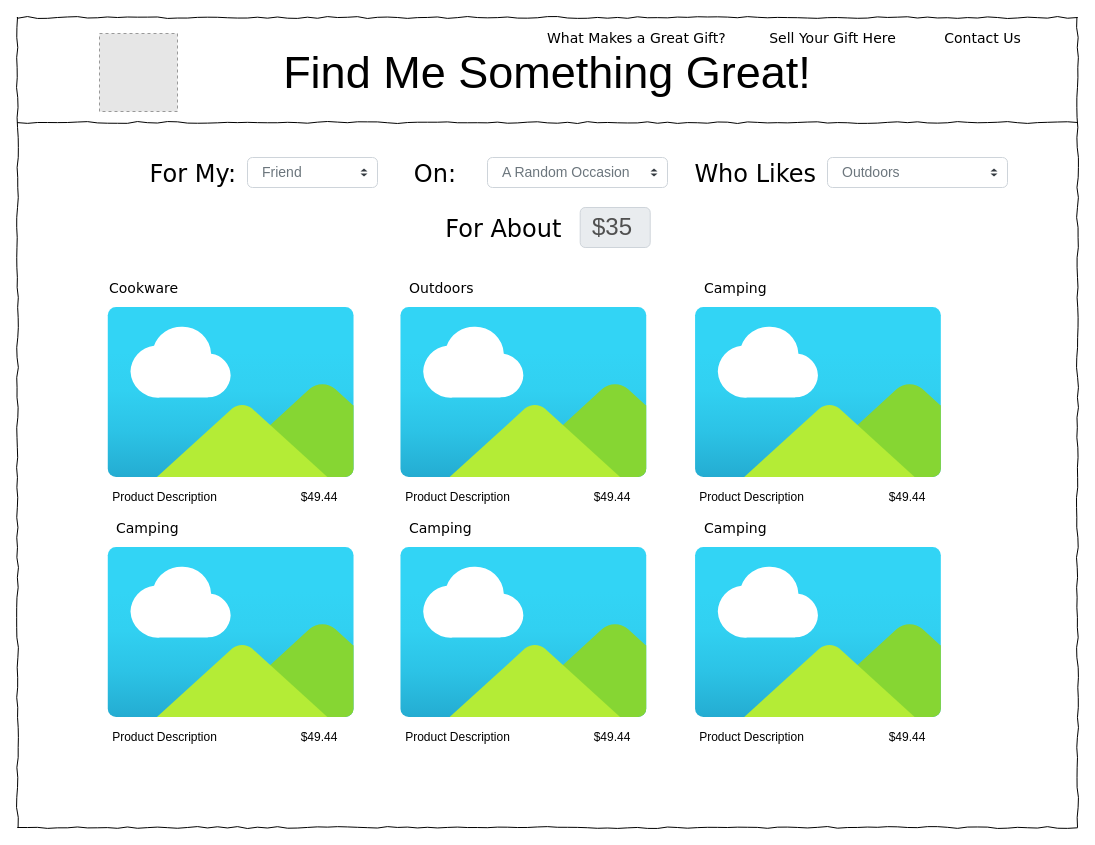
The draw.io diagram Untitled Diagram.drawio in jamesdvance/video_code, before the edit. Source tidied: cells renumbered, new cells numbered last; positions are measured from the earlier drawing's top-left corner, leaving out a move shared by most shapes. Both pictures are drawn from the tidied source at 100%, with x=0, y=0 at pixel (17, 17). Pictures stored in the file or linked from it are replaced by grey dashed boxes.
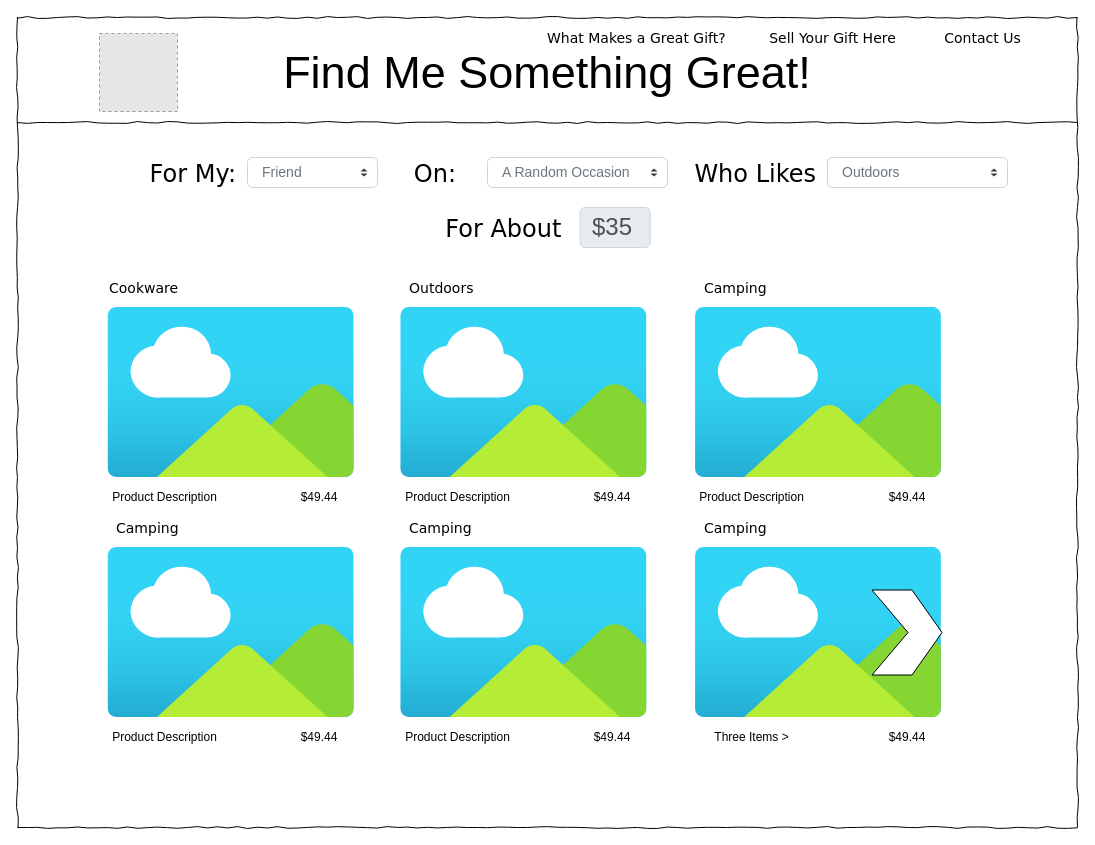
Above is the later version.

Change to the diagram source:
```diff
@@
-    <mxCell id="44" value="Product Description" style="text;html=1;strokeColor=none;fillColor=none;align=center;verticalAlign=middle;whiteSpace=wrap;rounded=0;" parent="1" vertex="1">
+    <mxCell id="44" value="Three Items &amp;gt;" style="text;html=1;strokeColor=none;fillColor=none;align=center;verticalAlign=middle;whiteSpace=wrap;rounded=0;" parent="1" vertex="1">
       <mxGeometry x="647.3" y="710" width="175" height="20" as="geometry" />
     </mxCell>
@@
+    <mxCell id="47" style="html=1;shadow=0;dashed=0;align=center;verticalAlign=middle;shape=mxgraph.arrows2.arrow;dy=0;dx=30;notch=36;" parent="1" vertex="1">
+      <mxGeometry x="854.5" y="572.5" width="70" height="85" as="geometry" />
+    </mxCell>
```
